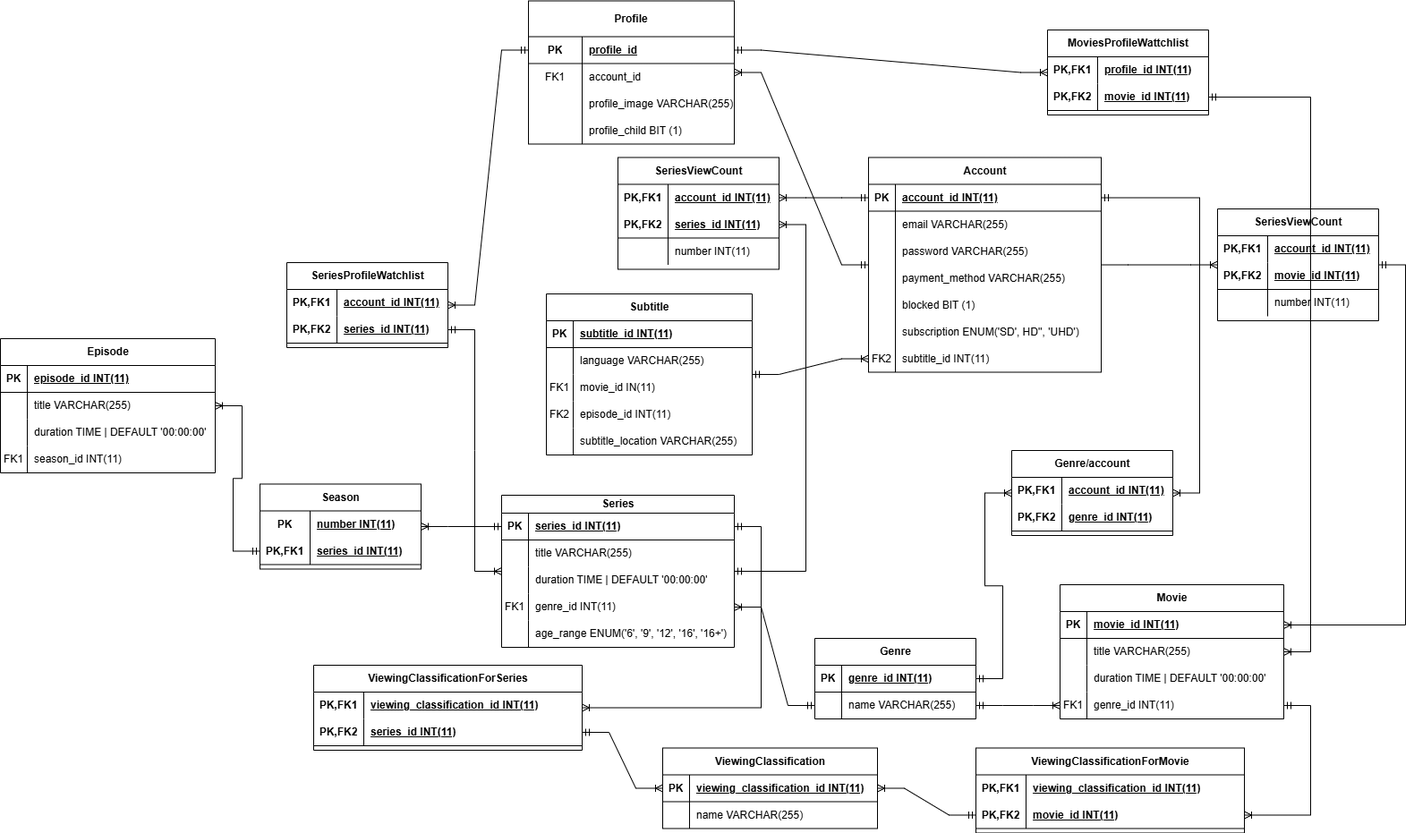
Earlier version of the draw.io export ERD.drawio.png (Bill0911/NeflixForBill). Source tidied: cells renumbered, new cells last; positions are measured from the earlier drawing's top-left corner, leaving out a move shared by most shapes.
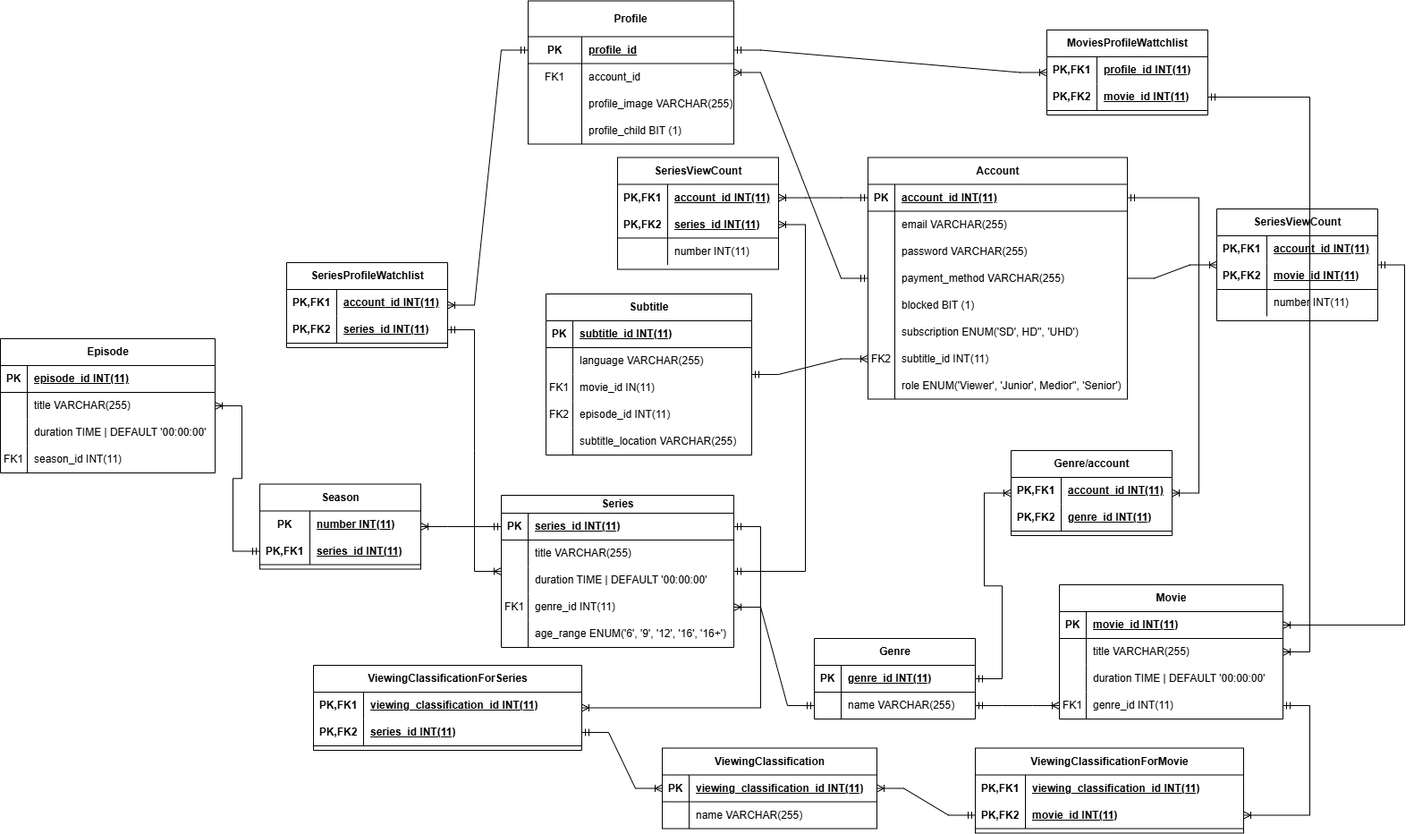
After the commit.

The edit, as a diff of the source:
```diff
@@ -3,71 +3,80 @@
     <mxCell id="0" />
     <mxCell id="1" parent="0" />
     <mxCell id="2" value="&lt;span style=&quot;text-wrap-mode: wrap;&quot;&gt;Account&lt;/span&gt;" style="shape=table;startSize=30;rowLines=0;fontStyle=1;align=center;html=1;" parent="1" vertex="1">
-      <mxGeometry x="970" y="174.5" width="260" height="240" as="geometry" />
+      <mxGeometry x="970" y="174.5" width="290" height="270" as="geometry" />
     </mxCell>
     <mxCell id="3" style="shape=tableRow;horizontal=0;startSize=0;swimlaneHead=0;swimlaneBody=0;fillColor=none;points=[[0,0.5],[1,0.5]];portConstraint=eastwest;top=0;left=0;right=0;bottom=1;" parent="2" vertex="1">
-      <mxGeometry y="30" width="260" height="30" as="geometry" />
+      <mxGeometry y="30" width="290" height="30" as="geometry" />
     </mxCell>
     <mxCell id="4" value="PK" style="shape=partialRectangle;fillColor=none;top=0;left=0;bottom=0;right=0;fontStyle=1;overflow=hidden;whiteSpace=wrap;html=1;" parent="3" vertex="1">
       <mxGeometry width="30" height="30" as="geometry" />
     </mxCell>
     <mxCell id="5" value="account_id INT(11)" style="shape=partialRectangle;fillColor=none;top=0;left=0;bottom=0;right=0;align=left;spacingLeft=6;fontStyle=5;overflow=hidden;whiteSpace=wrap;html=1;" parent="3" vertex="1">
-      <mxGeometry x="30" width="230" height="30" as="geometry" />
+      <mxGeometry x="30" width="260" height="30" as="geometry" />
     </mxCell>
     <mxCell id="6" style="shape=tableRow;horizontal=0;startSize=0;swimlaneHead=0;swimlaneBody=0;fillColor=none;top=0;left=0;right=0;bottom=0;" parent="2" vertex="1">
-      <mxGeometry y="60" width="260" height="30" as="geometry" />
+      <mxGeometry y="60" width="290" height="30" as="geometry" />
     </mxCell>
     <mxCell id="7" style="shape=partialRectangle;fillColor=none;top=0;left=0;bottom=0;right=0;overflow=hidden;whiteSpace=wrap;html=1;" parent="6" vertex="1">
       <mxGeometry width="30" height="30" as="geometry" />
     </mxCell>
     <mxCell id="8" value="email VARCHAR(255&lt;span style=&quot;background-color: initial;&quot;&gt;)&lt;/span&gt;" style="shape=partialRectangle;fillColor=none;top=0;left=0;bottom=0;right=0;align=left;spacingLeft=6;overflow=hidden;whiteSpace=wrap;html=1;" parent="6" vertex="1">
-      <mxGeometry x="30" width="230" height="30" as="geometry" />
+      <mxGeometry x="30" width="260" height="30" as="geometry" />
     </mxCell>
     <mxCell id="9" style="shape=tableRow;horizontal=0;startSize=0;swimlaneHead=0;swimlaneBody=0;fillColor=none;top=0;left=0;right=0;bottom=0;" parent="2" vertex="1">
-      <mxGeometry y="90" width="260" height="30" as="geometry" />
+      <mxGeometry y="90" width="290" height="30" as="geometry" />
     </mxCell>
     <mxCell id="10" style="shape=partialRectangle;fillColor=none;top=0;left=0;bottom=0;right=0;overflow=hidden;whiteSpace=wrap;html=1;" parent="9" vertex="1">
       <mxGeometry width="30" height="30" as="geometry" />
     </mxCell>
     <mxCell id="11" value="password&amp;nbsp;&lt;span style=&quot;background-color: initial;&quot;&gt;VARCHAR(255&lt;/span&gt;&lt;span style=&quot;background-color: initial;&quot;&gt;)&lt;/span&gt;" style="shape=partialRectangle;fillColor=none;top=0;left=0;bottom=0;right=0;align=left;spacingLeft=6;overflow=hidden;whiteSpace=wrap;html=1;" parent="9" vertex="1">
-      <mxGeometry x="30" width="230" height="30" as="geometry" />
+      <mxGeometry x="30" width="260" height="30" as="geometry" />
     </mxCell>
     <mxCell id="12" style="shape=tableRow;horizontal=0;startSize=0;swimlaneHead=0;swimlaneBody=0;fillColor=none;top=0;left=0;right=0;bottom=0;" parent="2" vertex="1">
-      <mxGeometry y="120" width="260" height="30" as="geometry" />
+      <mxGeometry y="120" width="290" height="30" as="geometry" />
     </mxCell>
     <mxCell id="13" style="shape=partialRectangle;fillColor=none;top=0;left=0;bottom=0;right=0;overflow=hidden;whiteSpace=wrap;html=1;" parent="12" vertex="1">
       <mxGeometry width="30" height="30" as="geometry" />
     </mxCell>
     <mxCell id="14" value="payment_method VARCHAR(255&lt;span style=&quot;background-color: initial;&quot;&gt;)&lt;/span&gt;" style="shape=partialRectangle;fillColor=none;top=0;left=0;bottom=0;right=0;align=left;spacingLeft=6;overflow=hidden;whiteSpace=wrap;html=1;" parent="12" vertex="1">
-      <mxGeometry x="30" width="230" height="30" as="geometry" />
+      <mxGeometry x="30" width="260" height="30" as="geometry" />
     </mxCell>
     <mxCell id="15" style="shape=tableRow;horizontal=0;startSize=0;swimlaneHead=0;swimlaneBody=0;fillColor=none;top=0;left=0;right=0;bottom=0;" parent="2" vertex="1">
-      <mxGeometry y="150" width="260" height="30" as="geometry" />
+      <mxGeometry y="150" width="290" height="30" as="geometry" />
     </mxCell>
     <mxCell id="16" style="shape=partialRectangle;fillColor=none;top=0;left=0;bottom=0;right=0;overflow=hidden;whiteSpace=wrap;html=1;" parent="15" vertex="1">
       <mxGeometry width="30" height="30" as="geometry" />
     </mxCell>
     <mxCell id="17" value="blocked BIT (1)" style="shape=partialRectangle;fillColor=none;top=0;left=0;bottom=0;right=0;align=left;spacingLeft=6;overflow=hidden;whiteSpace=wrap;html=1;" parent="15" vertex="1">
-      <mxGeometry x="30" width="230" height="30" as="geometry" />
+      <mxGeometry x="30" width="260" height="30" as="geometry" />
     </mxCell>
     <mxCell id="18" style="shape=tableRow;horizontal=0;startSize=0;swimlaneHead=0;swimlaneBody=0;fillColor=none;top=0;left=0;right=0;bottom=0;" parent="2" vertex="1">
-      <mxGeometry y="180" width="260" height="30" as="geometry" />
+      <mxGeometry y="180" width="290" height="30" as="geometry" />
     </mxCell>
     <mxCell id="19" style="shape=partialRectangle;fillColor=none;top=0;left=0;bottom=0;right=0;overflow=hidden;whiteSpace=wrap;html=1;" parent="18" vertex="1">
       <mxGeometry width="30" height="30" as="geometry" />
     </mxCell>
     <mxCell id="20" value="subscription ENUM('SD', HD'', 'UHD')" style="shape=partialRectangle;fillColor=none;top=0;left=0;bottom=0;right=0;align=left;spacingLeft=6;overflow=hidden;whiteSpace=wrap;html=1;" parent="18" vertex="1">
-      <mxGeometry x="30" width="230" height="30" as="geometry" />
+      <mxGeometry x="30" width="260" height="30" as="geometry" />
     </mxCell>
     <mxCell id="21" style="shape=tableRow;horizontal=0;startSize=0;swimlaneHead=0;swimlaneBody=0;fillColor=none;points=[[0,0.5],[1,0.5]];portConstraint=eastwest;top=0;left=0;right=0;bottom=0;" parent="2" vertex="1">
-      <mxGeometry y="210" width="260" height="30" as="geometry" />
+      <mxGeometry y="210" width="290" height="30" as="geometry" />
     </mxCell>
     <mxCell id="22" value="FK2" style="shape=partialRectangle;fillColor=none;top=0;left=0;bottom=0;right=0;overflow=hidden;whiteSpace=wrap;html=1;" parent="21" vertex="1">
       <mxGeometry width="30" height="30" as="geometry" />
     </mxCell>
     <mxCell id="23" value="&lt;span style=&quot;&quot;&gt;subtitle_id INT(11)&lt;/span&gt;" style="shape=partialRectangle;fillColor=none;top=0;left=0;bottom=0;right=0;align=left;spacingLeft=6;overflow=hidden;whiteSpace=wrap;html=1;fontStyle=0;" parent="21" vertex="1">
-      <mxGeometry x="30" width="230" height="30" as="geometry" />
+      <mxGeometry x="30" width="260" height="30" as="geometry" />
     </mxCell>
+    <mxCell id="193" style="shape=tableRow;horizontal=0;startSize=0;swimlaneHead=0;swimlaneBody=0;fillColor=none;top=0;left=0;right=0;bottom=0;" parent="2" vertex="1">
+      <mxGeometry y="240" width="290" height="30" as="geometry" />
+    </mxCell>
+    <mxCell id="194" style="shape=partialRectangle;fillColor=none;top=0;left=0;bottom=0;right=0;overflow=hidden;whiteSpace=wrap;html=1;" parent="193" vertex="1">
+      <mxGeometry width="30" height="30" as="geometry" />
+    </mxCell>
+    <mxCell id="195" value="role ENUM('Viewer', 'Junior', Medior'', 'Senior')" style="shape=partialRectangle;fillColor=none;top=0;left=0;bottom=0;right=0;align=left;spacingLeft=6;overflow=hidden;whiteSpace=wrap;html=1;" parent="193" vertex="1">
+      <mxGeometry x="30" width="260" height="30" as="geometry" />
+    </mxCell>
     <mxCell id="24" value="Profile" style="shape=table;startSize=40;rowLines=0;fontStyle=1;align=center;html=1;whiteSpace=wrap;" parent="1" vertex="1">
       <mxGeometry x="590" y="-0.5" width="230" height="160" as="geometry" />
     </mxCell>
```
